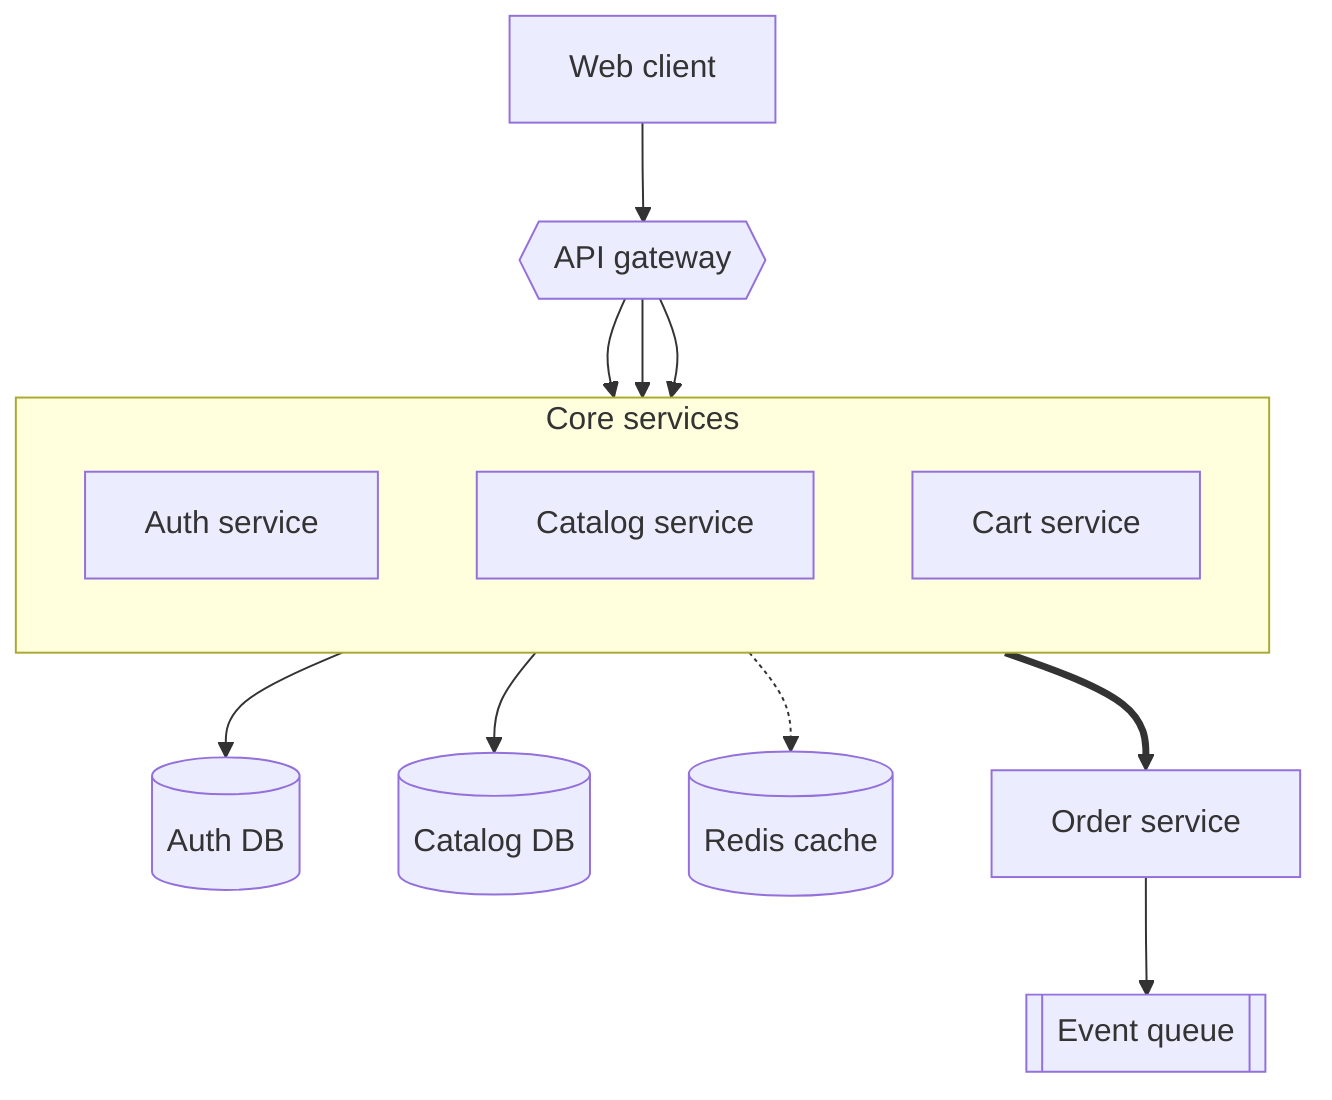
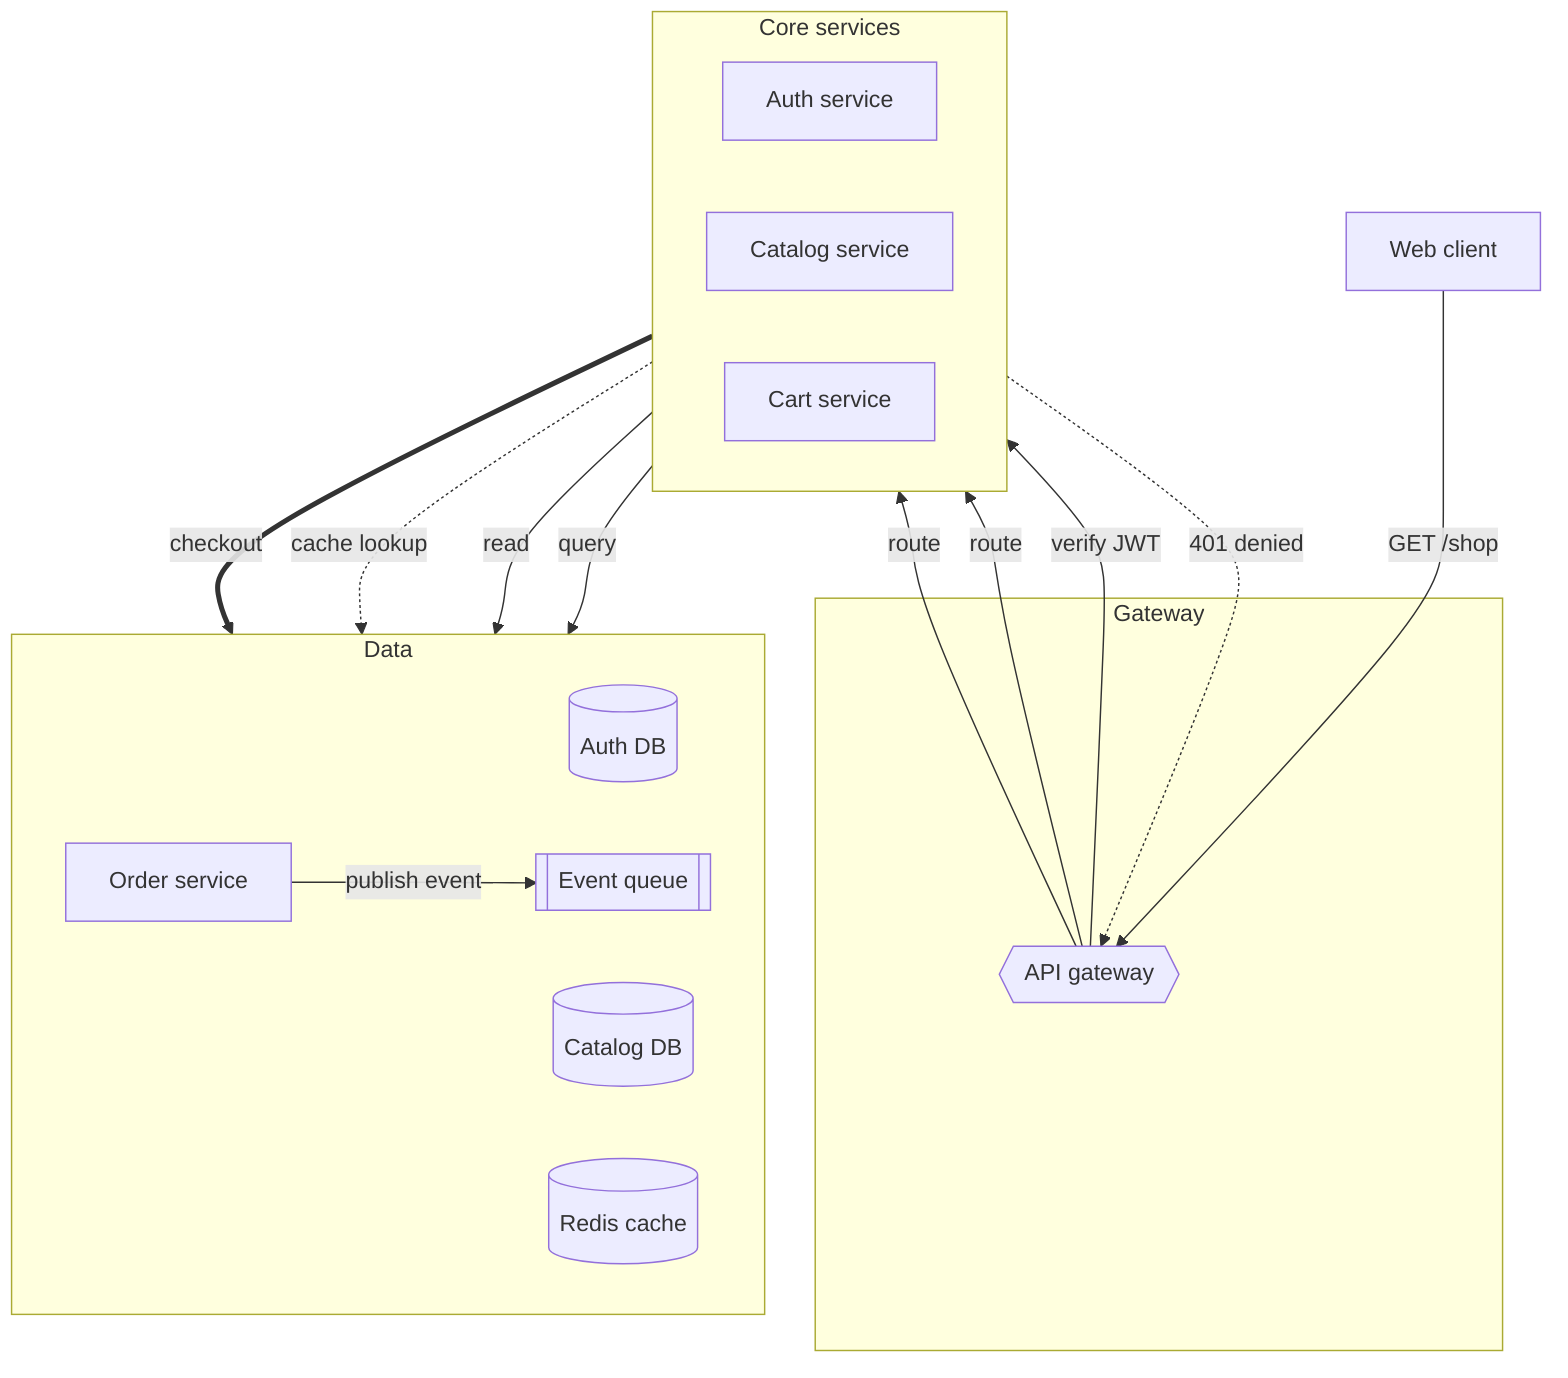
flowchart TB
-   client[Web client]:::frontend --> gw{{API gateway}}:::backend
-   gw --> auth & catalog & cart
- 
+   client[Web client]:::frontend
+   subgraph gateway [Gateway]
+     gw{{API gateway}}:::backend
+   end
  subgraph services [Core services]
-     direction TB
+     direction LR
    auth[Auth service]:::security
    catalog[Catalog service]:::backend
    cart[Cart service]:::backend
  end
- 
-   auth --> authdb[(Auth DB)]:::database
-   catalog --> catdb[(Catalog DB)]:::database
-   cart -.-> cache[(Redis cache)]:::database
-   cart ==> orders[Order service]:::backend
-   orders --> queue[[Event queue]]:::messagebus
+   subgraph data [Data]
+     direction LR
+     authdb[(Auth DB)]:::database
+     catdb[(Catalog DB)]:::database
+     cache[(Redis cache)]:::database
+     orders[Order service]:::backend
+     queue[[Event queue]]:::messagebus
+   end
+   client -->|GET /shop| gw
+   gw -->|verify JWT| auth
+   gw -->|route| catalog
+   gw -->|route| cart
+   auth -->|query| authdb
+   catalog -->|read| catdb
+   cart -.->|cache lookup| cache
+   cart ==>|checkout| orders
+   orders -->|publish event| queue
+   auth -.->|401 denied| gw
